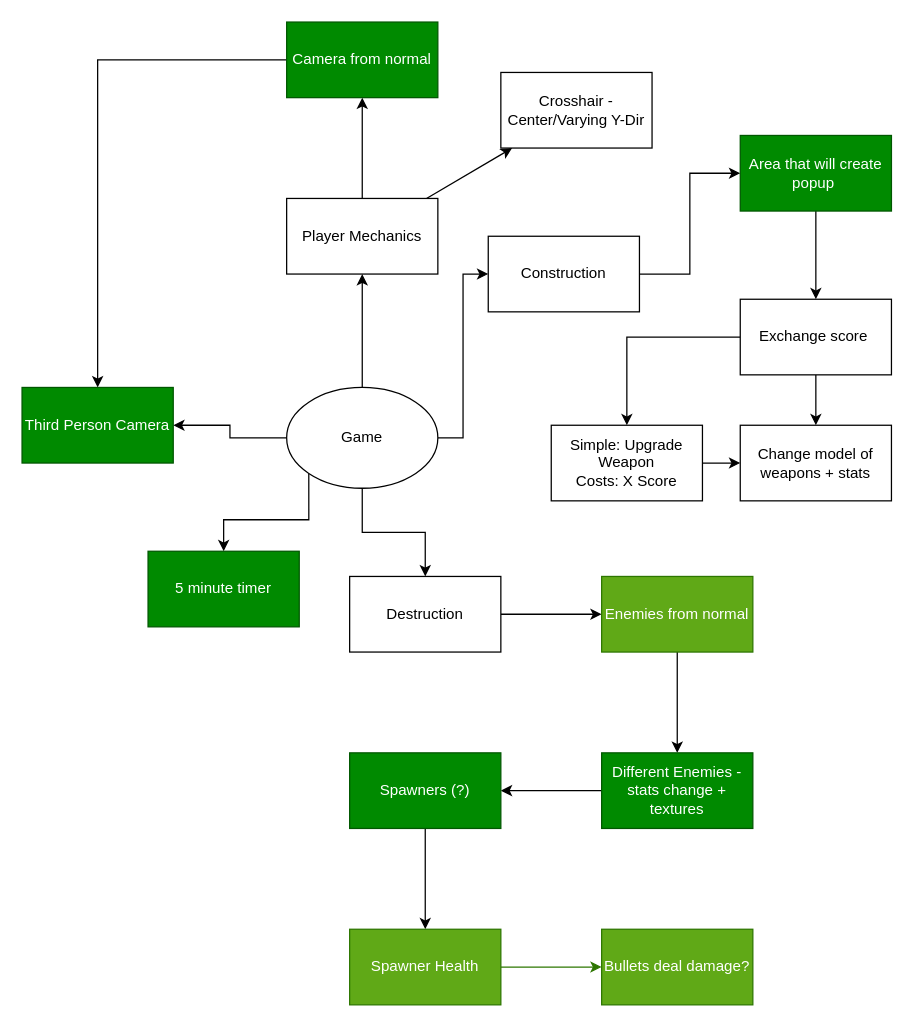
This is mindmap.drawio from xboxdimensions/Zombie-Shooter, a draw.io file, before an edit. Source tidied: cells renumbered, new cells numbered last; positions are measured from the earlier drawing's top-left corner, leaving out a move shared by most shapes. Both pictures are drawn from the tidied source at 126%, with x=0, y=0 at pixel (21, 21).
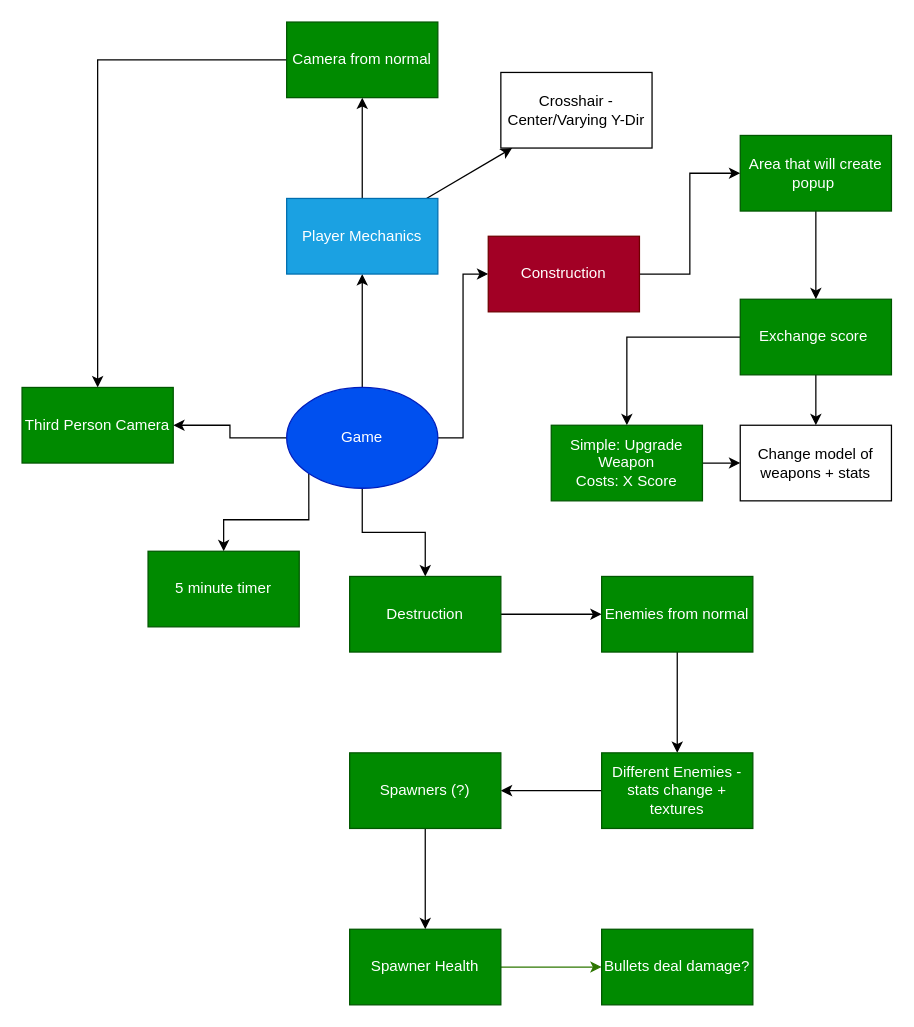
The same page after the edit.

Commit message:
MindMap Progress

The edit, as a diff of the source:
```diff
@@
-    <mxCell id="7" value="Game" style="ellipse;whiteSpace=wrap;html=1;" parent="1" vertex="1">
+    <mxCell id="7" value="Game" style="ellipse;whiteSpace=wrap;html=1;fillColor=#0050ef;fontColor=#ffffff;strokeColor=#001DBC;" parent="1" vertex="1">
       <mxGeometry x="210" y="290" width="120" height="80" as="geometry" />
     </mxCell>
@@
-    <mxCell id="10" value="Player Mechanics" style="whiteSpace=wrap;html=1;" parent="1" vertex="1">
+    <mxCell id="10" value="Player Mechanics" style="whiteSpace=wrap;html=1;fillColor=#1ba1e2;fontColor=#ffffff;strokeColor=#006EAF;" parent="1" vertex="1">
       <mxGeometry x="210" y="140" width="120" height="60" as="geometry" />
     </mxCell>
@@
-    <mxCell id="14" value="Construction" style="whiteSpace=wrap;html=1;" parent="1" vertex="1">
+    <mxCell id="14" value="Construction" style="whiteSpace=wrap;html=1;fillColor=#a20025;fontColor=#ffffff;strokeColor=#6F0000;" parent="1" vertex="1">
       <mxGeometry x="370" y="170" width="120" height="60" as="geometry" />
     </mxCell>
@@
-    <mxCell id="17" value="Destruction" style="whiteSpace=wrap;html=1;" parent="1" vertex="1">
+    <mxCell id="17" value="Destruction" style="whiteSpace=wrap;html=1;fillColor=#008a00;fontColor=#ffffff;strokeColor=#005700;" parent="1" vertex="1">
       <mxGeometry x="260" y="440" width="120" height="60" as="geometry" />
     </mxCell>
@@
-    <mxCell id="19" value="Enemies from normal" style="whiteSpace=wrap;html=1;fillColor=#60a917;strokeColor=#2D7600;fontColor=#ffffff;" parent="1" vertex="1">
+    <mxCell id="19" value="Enemies from normal" style="whiteSpace=wrap;html=1;fillColor=#008a00;strokeColor=#005700;fontColor=#ffffff;" parent="1" vertex="1">
       <mxGeometry x="460" y="440" width="120" height="60" as="geometry" />
     </mxCell>
@@
-    <mxCell id="22" value="Exchange score&amp;nbsp;" style="whiteSpace=wrap;html=1;" parent="1" vertex="1">
+    <mxCell id="22" value="Exchange score&amp;nbsp;" style="whiteSpace=wrap;html=1;fillColor=#008a00;fontColor=#ffffff;strokeColor=#005700;" parent="1" vertex="1">
       <mxGeometry x="570" y="220" width="120" height="60" as="geometry" />
     </mxCell>
@@
-    <mxCell id="32" value="Spawner Health" style="whiteSpace=wrap;html=1;fillColor=#60a917;strokeColor=#2D7600;fontColor=#ffffff;" parent="1" vertex="1">
+    <mxCell id="32" value="Spawner Health" style="whiteSpace=wrap;html=1;fillColor=#008a00;strokeColor=#005700;fontColor=#ffffff;" parent="1" vertex="1">
       <mxGeometry x="260" y="720" width="120" height="60" as="geometry" />
     </mxCell>
-    <mxCell id="33" value="Bullets deal damage?" style="whiteSpace=wrap;html=1;fillColor=#60a917;strokeColor=#2D7600;fontColor=#ffffff;" parent="1" vertex="1">
+    <mxCell id="33" value="Bullets deal damage?" style="whiteSpace=wrap;html=1;fillColor=#008a00;strokeColor=#005700;fontColor=#ffffff;" parent="1" vertex="1">
       <mxGeometry x="460" y="720" width="120" height="60" as="geometry" />
     </mxCell>
@@
-    <mxCell id="35" value="Simple: Upgrade Weapon&lt;br&gt;Costs: X Score" style="whiteSpace=wrap;html=1;" parent="1" vertex="1">
+    <mxCell id="35" value="Simple: Upgrade Weapon&lt;br&gt;Costs: X Score" style="whiteSpace=wrap;html=1;fillColor=#008a00;fontColor=#ffffff;strokeColor=#005700;" parent="1" vertex="1">
       <mxGeometry x="420" y="320" width="120" height="60" as="geometry" />
     </mxCell>
```
